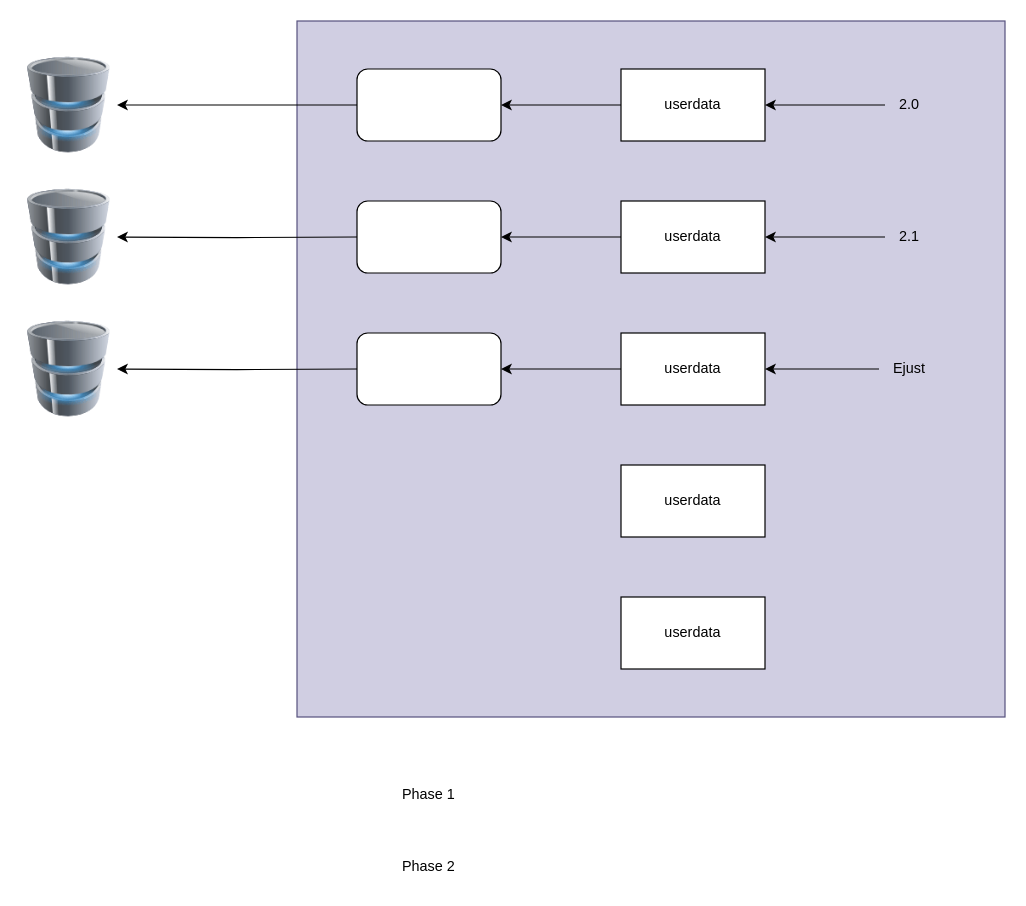
This is page "Page-6" (6 of 6) of SisV3.drawio from Mohamedmtc/Diagrams, a draw.io file, before an edit. Source tidied: cells renumbered, new cells numbered last; positions are measured from the earlier drawing's top-left corner, leaving out a move shared by most shapes. Both pictures are drawn from the tidied source at 120%, with x=0, y=0 at pixel (20, 20).
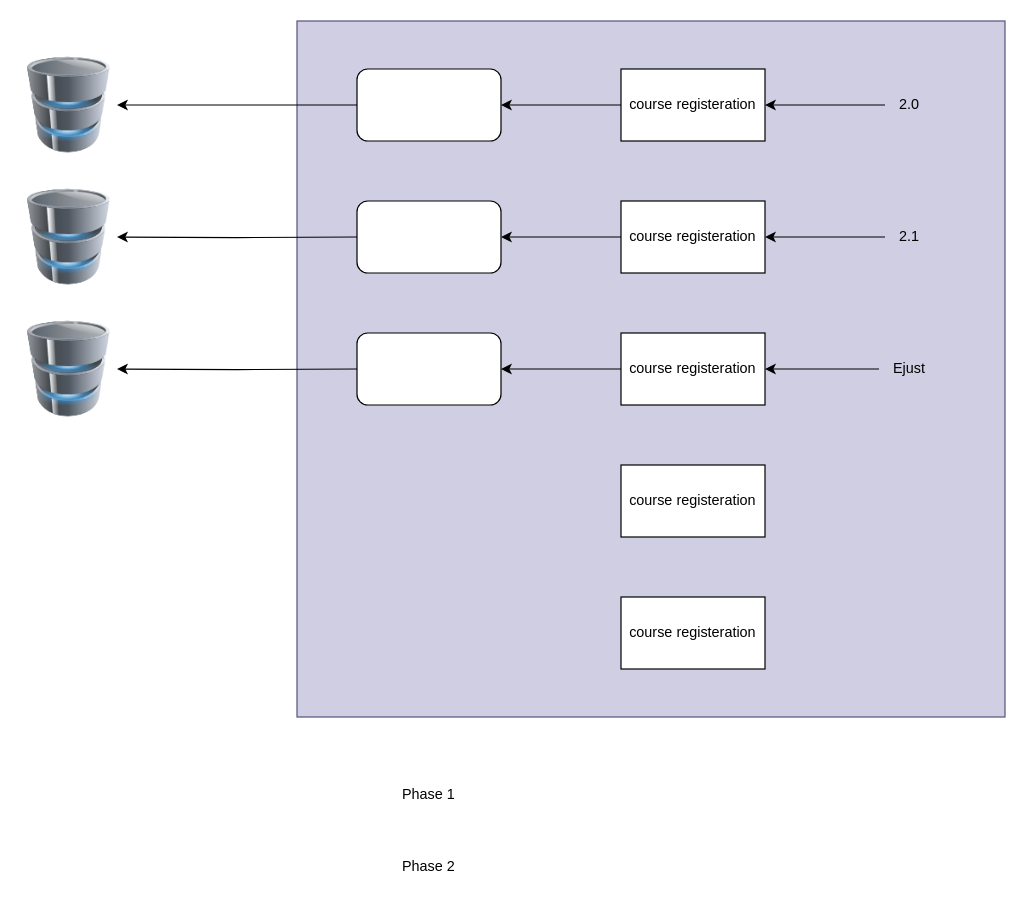
The same page after the edit.

Diff of the diagram source:
```diff
@@
-    <mxCell id="4" value="userdata" style="rounded=0;whiteSpace=wrap;html=1;" parent="1" vertex="1">
+    <mxCell id="4" value="course registeration" style="rounded=0;whiteSpace=wrap;html=1;" parent="1" vertex="1">
       <mxGeometry x="500" y="40" width="120" height="60" as="geometry" />
     </mxCell>
@@
-    <mxCell id="6" value="userdata" style="rounded=0;whiteSpace=wrap;html=1;" parent="1" vertex="1">
+    <mxCell id="6" value="course registeration" style="rounded=0;whiteSpace=wrap;html=1;" parent="1" vertex="1">
       <mxGeometry x="500" y="150" width="120" height="60" as="geometry" />
     </mxCell>
@@
-    <mxCell id="8" value="userdata" style="rounded=0;whiteSpace=wrap;html=1;" parent="1" vertex="1">
+    <mxCell id="8" value="course registeration" style="rounded=0;whiteSpace=wrap;html=1;" parent="1" vertex="1">
       <mxGeometry x="500" y="260" width="120" height="60" as="geometry" />
     </mxCell>
-    <mxCell id="9" value="userdata" style="rounded=0;whiteSpace=wrap;html=1;" parent="1" vertex="1">
+    <mxCell id="9" value="course registeration" style="rounded=0;whiteSpace=wrap;html=1;" parent="1" vertex="1">
       <mxGeometry x="500" y="370" width="120" height="60" as="geometry" />
     </mxCell>
-    <mxCell id="10" value="userdata" style="rounded=0;whiteSpace=wrap;html=1;" parent="1" vertex="1">
+    <mxCell id="10" value="course registeration" style="rounded=0;whiteSpace=wrap;html=1;" parent="1" vertex="1">
       <mxGeometry x="500" y="480" width="120" height="60" as="geometry" />
     </mxCell>
```
